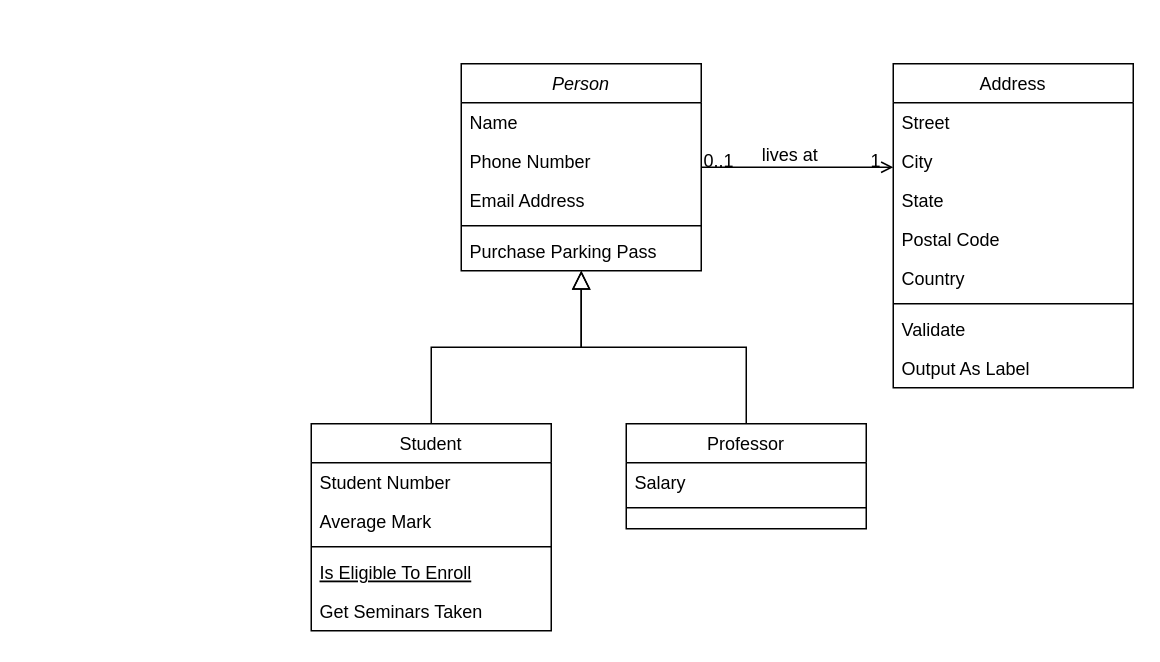
Earlier version of the draw.io diagram workshop-1/Diagrama de Clases: workshop-1.drawio (He1JM/ModelosI2024-1Talleres). Source tidied: cells renumbered, new cells numbered last; positions are measured from the earlier drawing's top-left corner, leaving out a move shared by most shapes. Both pictures are drawn from the tidied source at 150%, with x=0, y=0 at pixel (310, 63).
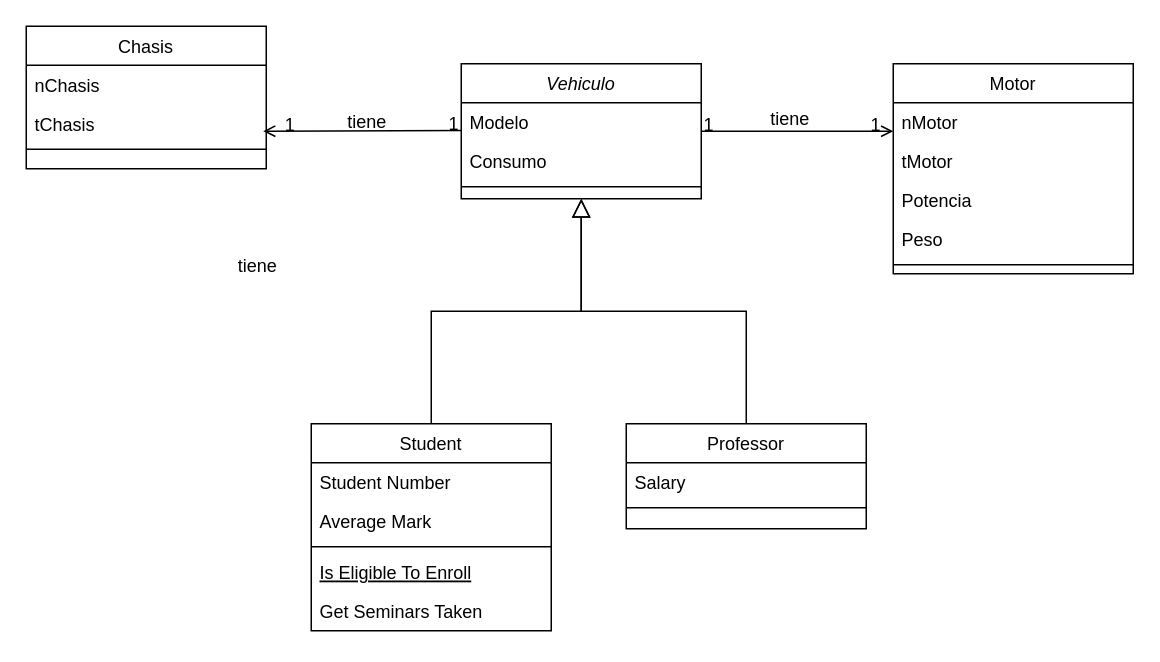
After the change.

The change refers to these unchanged cells:
```xml
<mxCell id="28" style="endArrow=open;shadow=0;strokeWidth=1;rounded=0;curved=0;endFill=1;edgeStyle=elbowEdgeStyle;elbow=vertical;" parent="1" edge="1" source="2" target="19">
  <mxGeometry x="0.5" y="41" relative="1" as="geometry">
    <mxPoint x="-40" y="32" as="offset" />
  </mxGeometry>
</mxCell>
```

Diff of the diagram source:
```diff
@@
-    <mxCell id="2" value="Person" style="swimlane;fontStyle=2;align=center;verticalAlign=top;horizontal=1;startSize=26;rounded=0;shadow=0;strokeWidth=1;" parent="1" vertex="1">
-      <mxGeometry x="100" width="160" height="138" as="geometry" />
+    <mxCell id="2" value="Vehiculo" style="swimlane;fontStyle=2;align=center;verticalAlign=top;horizontal=1;startSize=26;rounded=0;shadow=0;strokeWidth=1;" parent="1" vertex="1">
+      <mxGeometry x="100" width="160" height="90" as="geometry" />
     </mxCell>
-    <mxCell id="3" value="Name" style="text;align=left;verticalAlign=top;spacingLeft=4;spacingRight=4;overflow=hidden;" parent="2" vertex="1">
+    <mxCell id="3" value="Modelo" style="text;align=left;verticalAlign=top;spacingLeft=4;spacingRight=4;overflow=hidden;" parent="2" vertex="1">
       <mxGeometry y="26" width="160" height="26" as="geometry" />
     </mxCell>
-    <mxCell id="4" value="Phone Number" style="text;align=left;verticalAlign=top;spacingLeft=4;spacingRight=4;overflow=hidden;rounded=0;shadow=0;html=0;" parent="2" vertex="1">
+    <mxCell id="4" value="Consumo" style="text;align=left;verticalAlign=top;spacingLeft=4;spacingRight=4;overflow=hidden;rounded=0;shadow=0;html=0;" parent="2" vertex="1">
       <mxGeometry y="52" width="160" height="26" as="geometry" />
     </mxCell>
-    <mxCell id="5" value="Email Address" style="text;align=left;verticalAlign=top;spacingLeft=4;spacingRight=4;overflow=hidden;rounded=0;shadow=0;html=0;" parent="2" vertex="1">
-      <mxGeometry y="78" width="160" height="26" as="geometry" />
-    </mxCell>
     <mxCell id="6" style="line;html=1;strokeWidth=1;align=left;verticalAlign=middle;spacingTop=-1;spacingLeft=3;spacingRight=3;labelPosition=right;" parent="2" vertex="1">
-      <mxGeometry y="104" width="160" height="8" as="geometry" />
+      <mxGeometry y="78" width="160" height="8" as="geometry" />
     </mxCell>
-    <mxCell id="7" value="Purchase Parking Pass" style="text;align=left;verticalAlign=top;spacingLeft=4;spacingRight=4;overflow=hidden;" parent="2" vertex="1">
-      <mxGeometry y="112" width="160" height="26" as="geometry" />
-    </mxCell>
@@
-    <mxCell id="19" value="Address" style="swimlane;fontStyle=0;align=center;verticalAlign=top;horizontal=1;startSize=26;rounded=0;shadow=0;strokeWidth=1;" parent="1" vertex="1">
-      <mxGeometry x="388" width="160" height="216" as="geometry" />
+    <mxCell id="19" value="Motor" style="swimlane;fontStyle=0;align=center;verticalAlign=top;horizontal=1;startSize=26;rounded=0;shadow=0;strokeWidth=1;" parent="1" vertex="1">
+      <mxGeometry x="388" width="160" height="140" as="geometry" />
     </mxCell>
-    <mxCell id="20" value="Street" style="text;align=left;verticalAlign=top;spacingLeft=4;spacingRight=4;overflow=hidden;" parent="19" vertex="1">
+    <mxCell id="20" value="nMotor" style="text;align=left;verticalAlign=top;spacingLeft=4;spacingRight=4;overflow=hidden;" parent="19" vertex="1">
       <mxGeometry y="26" width="160" height="26" as="geometry" />
     </mxCell>
-    <mxCell id="21" value="City" style="text;align=left;verticalAlign=top;spacingLeft=4;spacingRight=4;overflow=hidden;rounded=0;shadow=0;html=0;" parent="19" vertex="1">
+    <mxCell id="21" value="tMotor" style="text;align=left;verticalAlign=top;spacingLeft=4;spacingRight=4;overflow=hidden;rounded=0;shadow=0;html=0;" parent="19" vertex="1">
       <mxGeometry y="52" width="160" height="26" as="geometry" />
     </mxCell>
-    <mxCell id="22" value="State" style="text;align=left;verticalAlign=top;spacingLeft=4;spacingRight=4;overflow=hidden;rounded=0;shadow=0;html=0;" parent="19" vertex="1">
+    <mxCell id="22" value="Potencia" style="text;align=left;verticalAlign=top;spacingLeft=4;spacingRight=4;overflow=hidden;rounded=0;shadow=0;html=0;" parent="19" vertex="1">
       <mxGeometry y="78" width="160" height="26" as="geometry" />
     </mxCell>
-    <mxCell id="23" value="Postal Code" style="text;align=left;verticalAlign=top;spacingLeft=4;spacingRight=4;overflow=hidden;rounded=0;shadow=0;html=0;" parent="19" vertex="1">
+    <mxCell id="23" value="Peso" style="text;align=left;verticalAlign=top;spacingLeft=4;spacingRight=4;overflow=hidden;rounded=0;shadow=0;html=0;" parent="19" vertex="1">
       <mxGeometry y="104" width="160" height="26" as="geometry" />
     </mxCell>
-    <mxCell id="24" value="Country" style="text;align=left;verticalAlign=top;spacingLeft=4;spacingRight=4;overflow=hidden;rounded=0;shadow=0;html=0;" parent="19" vertex="1">
-      <mxGeometry y="130" width="160" height="26" as="geometry" />
-    </mxCell>
     <mxCell id="25" style="line;html=1;strokeWidth=1;align=left;verticalAlign=middle;spacingTop=-1;spacingLeft=3;spacingRight=3;labelPosition=right;" parent="19" vertex="1">
-      <mxGeometry y="156" width="160" height="8" as="geometry" />
+      <mxGeometry y="130" width="160" height="8" as="geometry" />
     </mxCell>
-    <mxCell id="26" value="Validate" style="text;align=left;verticalAlign=top;spacingLeft=4;spacingRight=4;overflow=hidden;" parent="19" vertex="1">
-      <mxGeometry y="164" width="160" height="26" as="geometry" />
-    </mxCell>
-    <mxCell id="27" value="Output As Label" style="text;align=left;verticalAlign=top;spacingLeft=4;spacingRight=4;overflow=hidden;" parent="19" vertex="1">
-      <mxGeometry y="190" width="160" height="26" as="geometry" />
-    </mxCell>
@@
-    <mxCell id="29" value="0..1" style="align=left;verticalAlign=bottom;labelBackgroundColor=none;fontSize=12;" parent="28" vertex="1">
+    <mxCell id="29" value="1" style="align=left;verticalAlign=bottom;labelBackgroundColor=none;fontSize=12;" parent="28" vertex="1">
       <mxGeometry x="-1" relative="1" as="geometry">
         <mxPoint y="4" as="offset" />
       </mxGeometry>
     </mxCell>
@@
-    <mxCell id="31" value="lives at" style="text;html=1;align=center;verticalAlign=middle;labelBackgroundColor=none;rounded=0;shadow=0;strokeWidth=1;fontSize=12;" parent="28" vertex="1">
+    <mxCell id="31" value="tiene" style="text;html=1;align=center;verticalAlign=middle;labelBackgroundColor=none;rounded=0;shadow=0;strokeWidth=1;fontSize=12;" parent="28" vertex="1">
       <mxGeometry x="0.5" y="49" relative="1" as="geometry">
         <mxPoint x="-38" y="40" as="offset" />
       </mxGeometry>
     </mxCell>
+    <mxCell id="32" style="endArrow=open;shadow=0;strokeWidth=1;rounded=0;curved=0;endFill=1;edgeStyle=elbowEdgeStyle;elbow=vertical;" parent="1" edge="1">
+      <mxGeometry x="0.5" y="41" relative="1" as="geometry">
+        <mxPoint x="100" y="44.5" as="sourcePoint" />
+        <mxPoint x="-32" y="45" as="targetPoint" />
+        <mxPoint x="-40" y="32" as="offset" />
+      </mxGeometry>
+    </mxCell>
+    <mxCell id="33" value="1" style="align=left;verticalAlign=bottom;labelBackgroundColor=none;fontSize=12;" parent="32" vertex="1">
+      <mxGeometry x="-1" relative="1" as="geometry">
+        <mxPoint x="-10" y="4" as="offset" />
+      </mxGeometry>
+    </mxCell>
+    <mxCell id="34" value="1" style="align=right;verticalAlign=bottom;labelBackgroundColor=none;fontSize=12;" parent="32" vertex="1">
+      <mxGeometry x="1" relative="1" as="geometry">
+        <mxPoint x="23" y="4" as="offset" />
+      </mxGeometry>
+    </mxCell>
+    <mxCell id="35" value="tiene" style="text;html=1;align=center;verticalAlign=middle;labelBackgroundColor=none;rounded=0;shadow=0;strokeWidth=1;fontSize=12;" parent="32" vertex="1">
+      <mxGeometry x="0.5" y="49" relative="1" as="geometry">
+        <mxPoint x="-38" y="40" as="offset" />
+      </mxGeometry>
+    </mxCell>
+    <mxCell id="36" value="tiene" style="text;html=1;align=center;verticalAlign=middle;labelBackgroundColor=none;rounded=0;shadow=0;strokeWidth=1;fontSize=12;" parent="1" vertex="1">
+      <mxGeometry x="328" y="50" as="geometry">
+        <mxPoint x="-292" y="-12" as="offset" />
+      </mxGeometry>
+    </mxCell>
+    <mxCell id="37" value="Chasis" style="swimlane;fontStyle=0;align=center;verticalAlign=top;horizontal=1;startSize=26;rounded=0;shadow=0;strokeWidth=1;" parent="1" vertex="1">
+      <mxGeometry x="-190" y="-25" width="160" height="95" as="geometry" />
+    </mxCell>
+    <mxCell id="38" value="nChasis" style="text;align=left;verticalAlign=top;spacingLeft=4;spacingRight=4;overflow=hidden;" parent="37" vertex="1">
+      <mxGeometry y="26" width="160" height="26" as="geometry" />
+    </mxCell>
+    <mxCell id="39" value="tChasis" style="text;align=left;verticalAlign=top;spacingLeft=4;spacingRight=4;overflow=hidden;rounded=0;shadow=0;html=0;" parent="37" vertex="1">
+      <mxGeometry y="52" width="160" height="26" as="geometry" />
+    </mxCell>
+    <mxCell id="40" style="line;html=1;strokeWidth=1;align=left;verticalAlign=middle;spacingTop=-1;spacingLeft=3;spacingRight=3;labelPosition=right;" parent="37" vertex="1">
+      <mxGeometry y="78" width="160" height="8" as="geometry" />
+    </mxCell>
```
